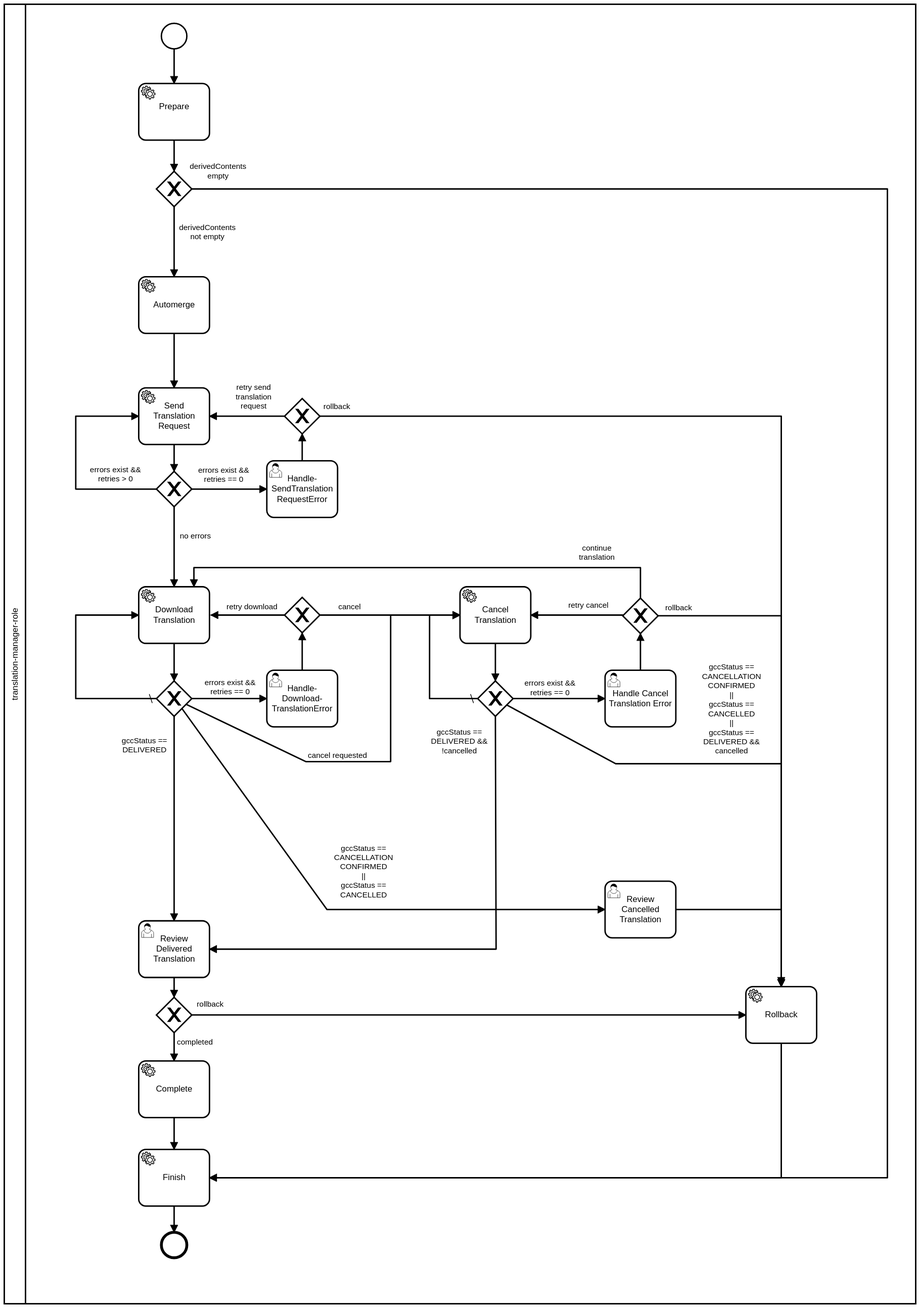
CoreMedia/coremedia-globallink-connect-integration keeps this BPMN diagram as apps/workflow-server/gcc-workflow-server/src/main/resources/com/coremedia/labs/translation/gcc/workflow/GCC-Workflow.svg. Above is the earlier version. Its source is kept beside it as apps/workflow-server/gcc-workflow-server/src/main/resources/com/coremedia/labs/translation/gcc/workflow/GCC-Workflow.bpmn. Ids are renumbered.
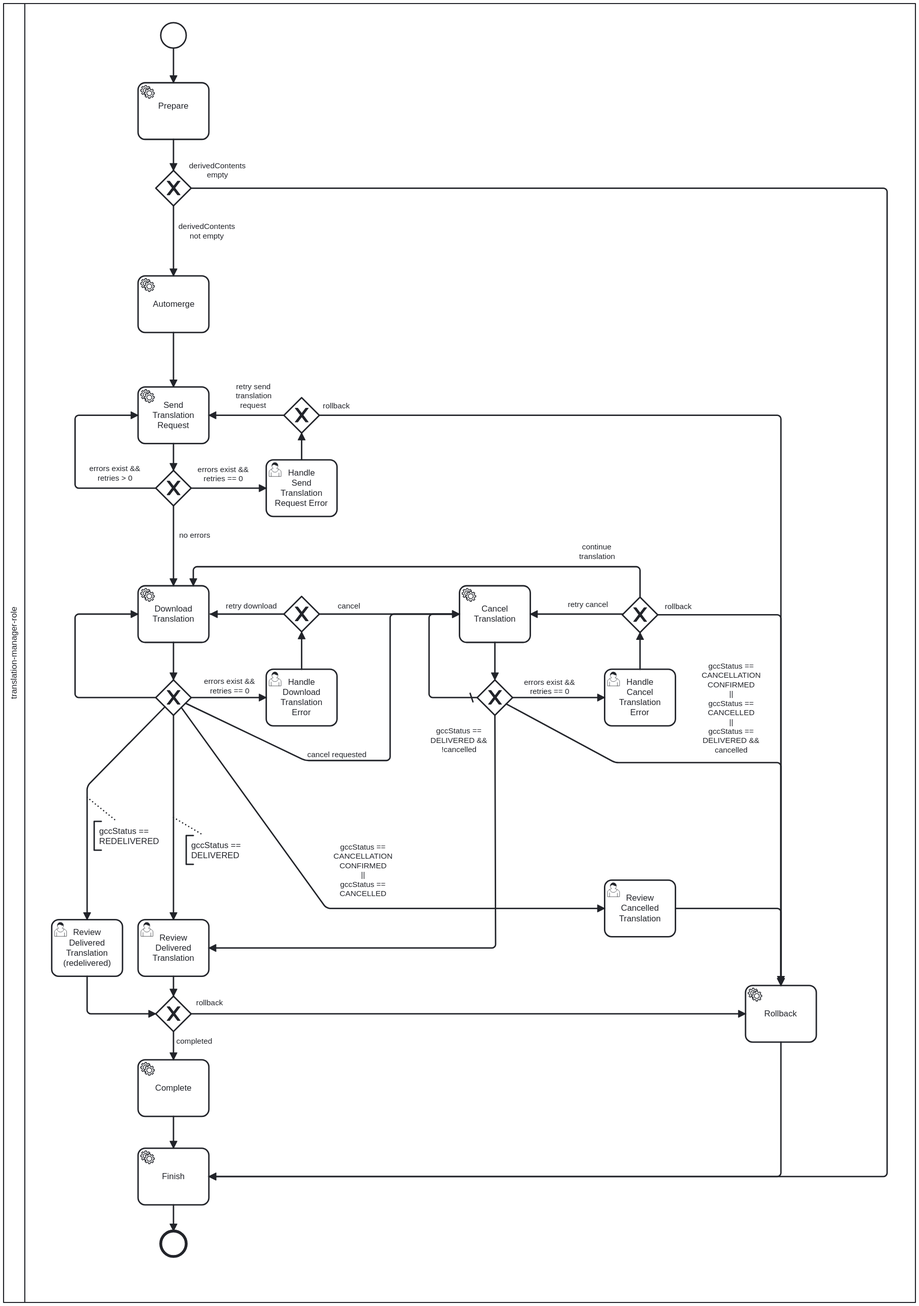
The same file after the commit.

Commit message:
docs: Update Workflow Diagram

Using tool: <https://bpmn.io/>

What changed in the source:
```diff
@@ -1,15 +1,24 @@
-<bpmn:definitions xmlns:bpmn="http://www.omg.org/spec/BPMN/20100524/MODEL" xmlns:bpmndi="http://www.omg.org/spec/BPMN/20100524/DI" xmlns:di="http://www.omg.org/spec/DD/20100524/DI" xmlns:dc="http://www.omg.org/spec/DD/20100524/DC" id="Definitions_n1" targetNamespace="http://bpmn.io/schema/bpmn" exporter="bpmn-js (https://demo.bpmn.io)" exporterVersion="8.9.0">
+<bpmn:definitions xmlns:bpmn="http://www.omg.org/spec/BPMN/20100524/MODEL" xmlns:bpmndi="http://www.omg.org/spec/BPMN/20100524/DI" xmlns:di="http://www.omg.org/spec/DD/20100524/DI" xmlns:dc="http://www.omg.org/spec/DD/20100524/DC" id="Definitions_n1" targetNamespace="http://bpmn.io/schema/bpmn" exporter="bpmn-js (https://demo.bpmn.io)" exporterVersion="18.1.1">
   <bpmn:collaboration id="Collaboration_n2">
     <bpmn:participant id="Participant_n3" name="translation-manager-role" processRef="Process_1" />
+    <bpmn:textAnnotation id="TextAnnotation_n64">
+      <bpmn:text>gccStatus == REDELIVERED</bpmn:text>
+    </bpmn:textAnnotation>
+    <bpmn:association id="Association_n65" associationDirection="None" sourceRef="Flow_n66" targetRef="TextAnnotation_n64" />
+    <bpmn:textAnnotation id="TextAnnotation_n67">
+      <bpmn:text>gccStatus == DELIVERED</bpmn:text>
+    </bpmn:textAnnotation>
+    <bpmn:association id="Association_n68" associationDirection="None" sourceRef="SequenceFlow_n9" targetRef="TextAnnotation_n67" />
   </bpmn:collaboration>
   <bpmn:process id="Process_1" isExecutable="true">
-    <bpmn:exclusiveGateway id="ExclusiveGateway_n4" default="SequenceFlow_n5">
+    <bpmn:exclusiveGateway id="ExclusiveGateway_n4">
       <bpmn:incoming>SequenceFlow_n6</bpmn:incoming>
       <bpmn:outgoing>SequenceFlow_n7</bpmn:outgoing>
       <bpmn:outgoing>SequenceFlow_n5</bpmn:outgoing>
       <bpmn:outgoing>SequenceFlow_n8</bpmn:outgoing>
       <bpmn:outgoing>SequenceFlow_n9</bpmn:outgoing>
       <bpmn:outgoing>SequenceFlow_n10</bpmn:outgoing>
+      <bpmn:outgoing>Flow_n66</bpmn:outgoing>
     </bpmn:exclusiveGateway>
     <bpmn:serviceTask id="Task_n11" name="Send Translation Request">
       <bpmn:incoming>SequenceFlow_n12</bpmn:incoming>
@@ -32,7 +41,7 @@
       <bpmn:outgoing>SequenceFlow_n23</bpmn:outgoing>
       <bpmn:outgoing>SequenceFlow_n20</bpmn:outgoing>
     </bpmn:exclusiveGateway>
-    <bpmn:userTask id="Task_n24" name="Handle- Download-TranslationError">
+    <bpmn:userTask id="Task_n24" name="Handle Download Translation Error">
       <bpmn:incoming>SequenceFlow_n7</bpmn:incoming>
       <bpmn:outgoing>SequenceFlow_n25</bpmn:outgoing>
     </bpmn:userTask>
@@ -62,7 +71,7 @@
       <bpmn:outgoing>SequenceFlow_n36</bpmn:outgoing>
       <bpmn:outgoing>SequenceFlow_n27</bpmn:outgoing>
     </bpmn:exclusiveGateway>
-    <bpmn:userTask id="Task_n39" name="Handle Cancel Translation Error">
+    <bpmn:userTask id="Task_n39" name="Handle&#10;Cancel Translation Error">
       <bpmn:incoming>SequenceFlow_n32</bpmn:incoming>
       <bpmn:outgoing>SequenceFlow_n40</bpmn:outgoing>
     </bpmn:userTask>
@@ -101,6 +110,7 @@
     </bpmn:serviceTask>
     <bpmn:exclusiveGateway id="ExclusiveGateway_n56">
       <bpmn:incoming>SequenceFlow_n52</bpmn:incoming>
+      <bpmn:incoming>Flow_n69</bpmn:incoming>
       <bpmn:outgoing>SequenceFlow_n57</bpmn:outgoing>
       <bpmn:outgoing>SequenceFlow_n49</bpmn:outgoing>
     </bpmn:exclusiveGateway>
@@ -119,7 +129,7 @@
       <bpmn:outgoing>SequenceFlow_n14</bpmn:outgoing>
       <bpmn:outgoing>SequenceFlow_n48</bpmn:outgoing>
     </bpmn:exclusiveGateway>
-    <bpmn:userTask id="Task_n63" name="Handle-SendTranslation RequestError">
+    <bpmn:userTask id="Task_n63" name="Handle&#10;Send Translation Request Error">
       <bpmn:incoming>SequenceFlow_n17</bpmn:incoming>
       <bpmn:outgoing>SequenceFlow_n62</bpmn:outgoing>
     </bpmn:userTask>
@@ -154,17 +164,99 @@
     <bpmn:sequenceFlow id="SequenceFlow_n20" name="derivedContents not empty" sourceRef="ExclusiveGateway_n21" targetRef="Task_n19" />
     <bpmn:sequenceFlow id="SequenceFlow_n23" name="derivedContents empty" sourceRef="ExclusiveGateway_n21" targetRef="Task_n53" />
     <bpmn:sequenceFlow id="SequenceFlow_n22" sourceRef="Task_n43" targetRef="ExclusiveGateway_n21" />
-    <bpmn:sequenceFlow id="SequenceFlow_n9" name="gccStatus == DELIVERED" sourceRef="ExclusiveGateway_n4" targetRef="Task_n51" />
+    <bpmn:sequenceFlow id="SequenceFlow_n9" sourceRef="ExclusiveGateway_n4" targetRef="Task_n51" />
     <bpmn:sequenceFlow id="SequenceFlow_n42" name="rollback" sourceRef="ExclusiveGateway_n41" targetRef="Task_n47" />
     <bpmn:sequenceFlow id="SequenceFlow_n46" sourceRef="Task_n45" targetRef="Task_n47" />
     <bpmn:sequenceFlow id="SequenceFlow_n33" name="gccStatus == CANCELLATION CONFIRMED&#10;||&#10;gccStatus == CANCELLED&#10;||&#10;gccStatus == DELIVERED &#38;&#38; cancelled" sourceRef="ExclusiveGateway_n31" targetRef="Task_n47" />
     <bpmn:sequenceFlow id="SequenceFlow_n34" name="gccStatus == DELIVERED &#38;&#38; !cancelled" sourceRef="ExclusiveGateway_n31" targetRef="Task_n51" />
     <bpmn:sequenceFlow id="Flow_n37" name="continue translation" sourceRef="ExclusiveGateway_n41" targetRef="Task_n35" />
+    <bpmn:userTask id="Activity_n70" name="Review Delivered Translation (redelivered)">
+      <bpmn:incoming>Flow_n66</bpmn:incoming>
+      <bpmn:outgoing>Flow_n69</bpmn:outgoing>
+    </bpmn:userTask>
+    <bpmn:sequenceFlow id="Flow_n69" sourceRef="Activity_n70" targetRef="ExclusiveGateway_n56" />
+    <bpmn:sequenceFlow id="Flow_n66" sourceRef="ExclusiveGateway_n4" targetRef="Activity_n70" />
   </bpmn:process>
   <bpmndi:BPMNDiagram id="BPMNDiagram_1">
     <bpmndi:BPMNPlane id="BPMNPlane_1" bpmnElement="Collaboration_n2">
       <bpmndi:BPMNShape id="Participant_n3_di" bpmnElement="Participant_n3" isHorizontal="true">
         <dc:Bounds x="152" y="84" width="1288" height="1836" />
+      </bpmndi:BPMNShape>
+      <bpmndi:BPMNShape id="ExclusiveGateway_n4_di" bpmnElement="ExclusiveGateway_n4" isMarkerVisible="true">
+        <dc:Bounds x="367" y="1040" width="50" height="50" />
+      </bpmndi:BPMNShape>
+      <bpmndi:BPMNShape id="ServiceTask_1buc8kz_di" bpmnElement="Task_n11">
+        <dc:Bounds x="342" y="626" width="100" height="80" />
+      </bpmndi:BPMNShape>
+      <bpmndi:BPMNShape id="ExclusiveGateway_n16_di" bpmnElement="ExclusiveGateway_n16" isMarkerVisible="true">
+        <dc:Bounds x="367" y="744" width="50" height="50" />
+      </bpmndi:BPMNShape>
+      <bpmndi:BPMNShape id="ServiceTask_0ishkke_di" bpmnElement="Task_n19">
+        <dc:Bounds x="342" y="469" width="100" height="80" />
+      </bpmndi:BPMNShape>
+      <bpmndi:BPMNShape id="ExclusiveGateway_n21_di" bpmnElement="ExclusiveGateway_n21" isMarkerVisible="true">
+        <dc:Bounds x="367" y="320" width="50" height="50" />
+      </bpmndi:BPMNShape>
+      <bpmndi:BPMNShape id="UserTask_112e41y_di" bpmnElement="Task_n24">
+        <dc:Bounds x="523" y="1025" width="100" height="80" />
+        <bpmndi:BPMNLabel />
+      </bpmndi:BPMNShape>
+      <bpmndi:BPMNShape id="ServiceTask_161c9qw_di" bpmnElement="Task_n26">
+        <dc:Bounds x="796" y="907" width="100" height="80" />
+      </bpmndi:BPMNShape>
+      <bpmndi:BPMNShape id="ExclusiveGateway_n31_di" bpmnElement="ExclusiveGateway_n31" isMarkerVisible="true">
+        <dc:Bounds x="821" y="1040" width="50" height="50" />
+      </bpmndi:BPMNShape>
+      <bpmndi:BPMNShape id="ServiceTask_1lu37y1_di" bpmnElement="Task_n35">
+        <dc:Bounds x="342" y="907" width="100" height="80" />
+      </bpmndi:BPMNShape>
+      <bpmndi:BPMNShape id="ExclusiveGateway_n38_di" bpmnElement="ExclusiveGateway_n38" isMarkerVisible="true">
+        <dc:Bounds x="548" y="922" width="50" height="50" />
+      </bpmndi:BPMNShape>
+      <bpmndi:BPMNShape id="UserTask_0bnnygp_di" bpmnElement="Task_n39">
+        <dc:Bounds x="1001" y="1025" width="100" height="80" />
+        <bpmndi:BPMNLabel />
+      </bpmndi:BPMNShape>
+      <bpmndi:BPMNShape id="ExclusiveGateway_n41_di" bpmnElement="ExclusiveGateway_n41" isMarkerVisible="true">
+        <dc:Bounds x="1026" y="923" width="50" height="50" />
+      </bpmndi:BPMNShape>
+      <bpmndi:BPMNShape id="ServiceTask_0ob7qt4_di" bpmnElement="Task_n43">
+        <dc:Bounds x="342" y="196" width="100" height="80" />
+      </bpmndi:BPMNShape>
+      <bpmndi:BPMNShape id="UserTask_0fevck2_di" bpmnElement="Task_n45">
+        <dc:Bounds x="1001" y="1323" width="100" height="80" />
+      </bpmndi:BPMNShape>
+      <bpmndi:BPMNShape id="ServiceTask_1nt2adt_di" bpmnElement="Task_n47">
+        <dc:Bounds x="1200" y="1472" width="100" height="80" />
+      </bpmndi:BPMNShape>
+      <bpmndi:BPMNShape id="UserTask_0wswftx_di" bpmnElement="Task_n51">
+        <dc:Bounds x="342" y="1379" width="100" height="80" />
+      </bpmndi:BPMNShape>
+      <bpmndi:BPMNShape id="ServiceTask_0hx5nvd_di" bpmnElement="Task_n53">
+        <dc:Bounds x="342" y="1702" width="100" height="80" />
+      </bpmndi:BPMNShape>
+      <bpmndi:BPMNShape id="ExclusiveGateway_n56_di" bpmnElement="ExclusiveGateway_n56" isMarkerVisible="true">
+        <dc:Bounds x="367" y="1487" width="50" height="50" />
+      </bpmndi:BPMNShape>
+      <bpmndi:BPMNShape id="ServiceTask_05siibo_di" bpmnElement="Task_n58">
+        <dc:Bounds x="342" y="1577" width="100" height="80" />
+      </bpmndi:BPMNShape>
+      <bpmndi:BPMNShape id="EndEvent_n59_di" bpmnElement="EndEvent_n59">
+        <dc:Bounds x="374" y="1819" width="36" height="36" />
+      </bpmndi:BPMNShape>
+      <bpmndi:BPMNShape id="StartEvent_n60_di" bpmnElement="StartEvent_n60">
+        <dc:Bounds x="374" y="111" width="36" height="36" />
+      </bpmndi:BPMNShape>
+      <bpmndi:BPMNShape id="ExclusiveGateway_n61_di" bpmnElement="ExclusiveGateway_n61" isMarkerVisible="true">
+        <dc:Bounds x="548" y="641" width="50" height="50" />
+      </bpmndi:BPMNShape>
+      <bpmndi:BPMNShape id="UserTask_119ip2n_di" bpmnElement="Task_n63">
+        <dc:Bounds x="523" y="729" width="100" height="80" />
+        <bpmndi:BPMNLabel />
+      </bpmndi:BPMNShape>
+      <bpmndi:BPMNShape id="BPMNShape_n71" bpmnElement="Activity_n70">
+        <dc:Bounds x="220" y="1379" width="100" height="80" />
+        <bpmndi:BPMNLabel />
       </bpmndi:BPMNShape>
       <bpmndi:BPMNEdge id="SequenceFlow_n62_di" bpmnElement="SequenceFlow_n62">
         <di:waypoint x="573" y="729" />
@@ -362,7 +454,7 @@
         <di:waypoint x="392" y="1090" />
         <di:waypoint x="392" y="1379" />
         <bpmndi:BPMNLabel>
-          <dc:Bounds x="318" y="1118" width="65" height="27" />
+          <dc:Bounds x="407" y="1216" width="65" height="27" />
         </bpmndi:BPMNLabel>
       </bpmndi:BPMNEdge>
       <bpmndi:BPMNEdge id="SequenceFlow_n42_di" bpmnElement="SequenceFlow_n42">
@@ -404,74 +496,31 @@
           <dc:Bounds x="964" y="846" width="51" height="27" />
         </bpmndi:BPMNLabel>
       </bpmndi:BPMNEdge>
-      <bpmndi:BPMNShape id="ExclusiveGateway_n4_di" bpmnElement="ExclusiveGateway_n4" isMarkerVisible="true">
-        <dc:Bounds x="367" y="1040" width="50" height="50" />
+      <bpmndi:BPMNEdge id="Flow_n69_di" bpmnElement="Flow_n69">
+        <di:waypoint x="270" y="1459" />
+        <di:waypoint x="270" y="1512" />
+        <di:waypoint x="367" y="1512" />
+      </bpmndi:BPMNEdge>
+      <bpmndi:BPMNEdge id="Flow_n66_di" bpmnElement="Flow_n66">
+        <di:waypoint x="380" y="1078" />
+        <di:waypoint x="270" y="1190" />
+        <di:waypoint x="270" y="1379" />
+      </bpmndi:BPMNEdge>
+      <bpmndi:BPMNEdge id="Association_n65_di" bpmnElement="Association_n65">
+        <di:waypoint x="270" y="1206.0079621872383" />
+        <di:waypoint x="312" y="1240" />
+      </bpmndi:BPMNEdge>
+      <bpmndi:BPMNEdge id="Association_n68_di" bpmnElement="Association_n68">
+        <di:waypoint x="392" y="1234.5" />
+        <di:waypoint x="435" y="1260" />
+      </bpmndi:BPMNEdge>
+      <bpmndi:BPMNShape id="TextAnnotation_n64_di" bpmnElement="TextAnnotation_n64">
+        <dc:Bounds x="280" y="1240" width="99.99305040770942" height="40.7709414381023" />
+        <bpmndi:BPMNLabel />
       </bpmndi:BPMNShape>
-      <bpmndi:BPMNShape id="ServiceTask_1buc8kz_di" bpmnElement="Task_n11">
-        <dc:Bounds x="342" y="626" width="100" height="80" />
-      </bpmndi:BPMNShape>
-      <bpmndi:BPMNShape id="ExclusiveGateway_n16_di" bpmnElement="ExclusiveGateway_n16" isMarkerVisible="true">
-        <dc:Bounds x="367" y="744" width="50" height="50" />
-      </bpmndi:BPMNShape>
-      <bpmndi:BPMNShape id="ServiceTask_0ishkke_di" bpmnElement="Task_n19">
-        <dc:Bounds x="342" y="469" width="100" height="80" />
-      </bpmndi:BPMNShape>
-      <bpmndi:BPMNShape id="ExclusiveGateway_n21_di" bpmnElement="ExclusiveGateway_n21" isMarkerVisible="true">
-        <dc:Bounds x="367" y="320" width="50" height="50" />
-      </bpmndi:BPMNShape>
-      <bpmndi:BPMNShape id="UserTask_112e41y_di" bpmnElement="Task_n24">
-        <dc:Bounds x="523" y="1025" width="100" height="80" />
-      </bpmndi:BPMNShape>
-      <bpmndi:BPMNShape id="ServiceTask_161c9qw_di" bpmnElement="Task_n26">
-        <dc:Bounds x="796" y="907" width="100" height="80" />
-      </bpmndi:BPMNShape>
-      <bpmndi:BPMNShape id="ExclusiveGateway_n31_di" bpmnElement="ExclusiveGateway_n31" isMarkerVisible="true">
-        <dc:Bounds x="821" y="1040" width="50" height="50" />
-      </bpmndi:BPMNShape>
-      <bpmndi:BPMNShape id="ServiceTask_1lu37y1_di" bpmnElement="Task_n35">
-        <dc:Bounds x="342" y="907" width="100" height="80" />
-      </bpmndi:BPMNShape>
-      <bpmndi:BPMNShape id="ExclusiveGateway_n38_di" bpmnElement="ExclusiveGateway_n38" isMarkerVisible="true">
-        <dc:Bounds x="548" y="922" width="50" height="50" />
-      </bpmndi:BPMNShape>
-      <bpmndi:BPMNShape id="UserTask_0bnnygp_di" bpmnElement="Task_n39">
-        <dc:Bounds x="1001" y="1025" width="100" height="80" />
-      </bpmndi:BPMNShape>
-      <bpmndi:BPMNShape id="ExclusiveGateway_n41_di" bpmnElement="ExclusiveGateway_n41" isMarkerVisible="true">
-        <dc:Bounds x="1026" y="923" width="50" height="50" />
-      </bpmndi:BPMNShape>
-      <bpmndi:BPMNShape id="ServiceTask_0ob7qt4_di" bpmnElement="Task_n43">
-        <dc:Bounds x="342" y="196" width="100" height="80" />
-      </bpmndi:BPMNShape>
-      <bpmndi:BPMNShape id="UserTask_0fevck2_di" bpmnElement="Task_n45">
-        <dc:Bounds x="1001" y="1323" width="100" height="80" />
-      </bpmndi:BPMNShape>
-      <bpmndi:BPMNShape id="ServiceTask_1nt2adt_di" bpmnElement="Task_n47">
-        <dc:Bounds x="1200" y="1472" width="100" height="80" />
-      </bpmndi:BPMNShape>
-      <bpmndi:BPMNShape id="UserTask_0wswftx_di" bpmnElement="Task_n51">
-        <dc:Bounds x="342" y="1379" width="100" height="80" />
-      </bpmndi:BPMNShape>
-      <bpmndi:BPMNShape id="ServiceTask_0hx5nvd_di" bpmnElement="Task_n53">
-        <dc:Bounds x="342" y="1702" width="100" height="80" />
-      </bpmndi:BPMNShape>
-      <bpmndi:BPMNShape id="ExclusiveGateway_n56_di" bpmnElement="ExclusiveGateway_n56" isMarkerVisible="true">
-        <dc:Bounds x="367" y="1487" width="50" height="50" />
-      </bpmndi:BPMNShape>
-      <bpmndi:BPMNShape id="ServiceTask_05siibo_di" bpmnElement="Task_n58">
-        <dc:Bounds x="342" y="1577" width="100" height="80" />
-      </bpmndi:BPMNShape>
-      <bpmndi:BPMNShape id="EndEvent_n59_di" bpmnElement="EndEvent_n59">
-        <dc:Bounds x="374" y="1819" width="36" height="36" />
-      </bpmndi:BPMNShape>
-      <bpmndi:BPMNShape id="StartEvent_n60_di" bpmnElement="StartEvent_n60">
-        <dc:Bounds x="374" y="111" width="36" height="36" />
-      </bpmndi:BPMNShape>
-      <bpmndi:BPMNShape id="ExclusiveGateway_n61_di" bpmnElement="ExclusiveGateway_n61" isMarkerVisible="true">
-        <dc:Bounds x="548" y="641" width="50" height="50" />
-      </bpmndi:BPMNShape>
-      <bpmndi:BPMNShape id="UserTask_119ip2n_di" bpmnElement="Task_n63">
-        <dc:Bounds x="523" y="729" width="100" height="80" />
+      <bpmndi:BPMNShape id="TextAnnotation_n67_di" bpmnElement="TextAnnotation_n67">
+        <dc:Bounds x="410" y="1260" width="99.99305040770942" height="40.7709414381023" />
+        <bpmndi:BPMNLabel />
       </bpmndi:BPMNShape>
     </bpmndi:BPMNPlane>
   </bpmndi:BPMNDiagram>
```
